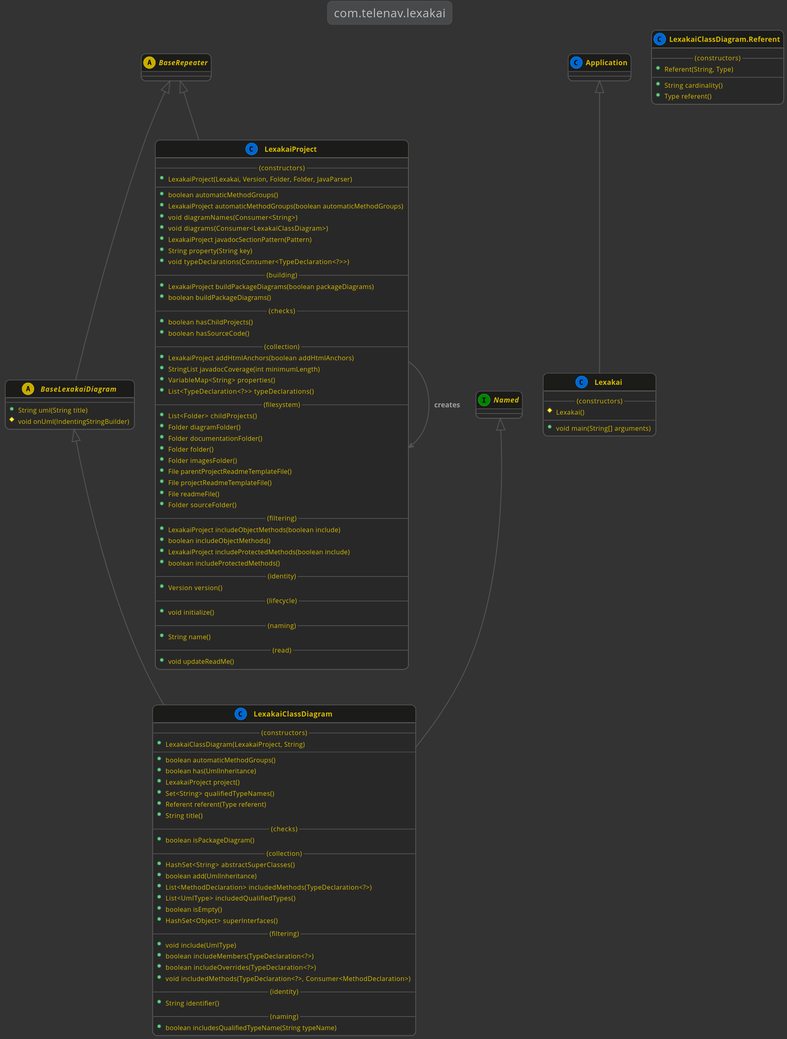
Earlier version of the PlantUML export documentation/diagrams/com.telenav.lexakai.svg (Telenav/lexakai).
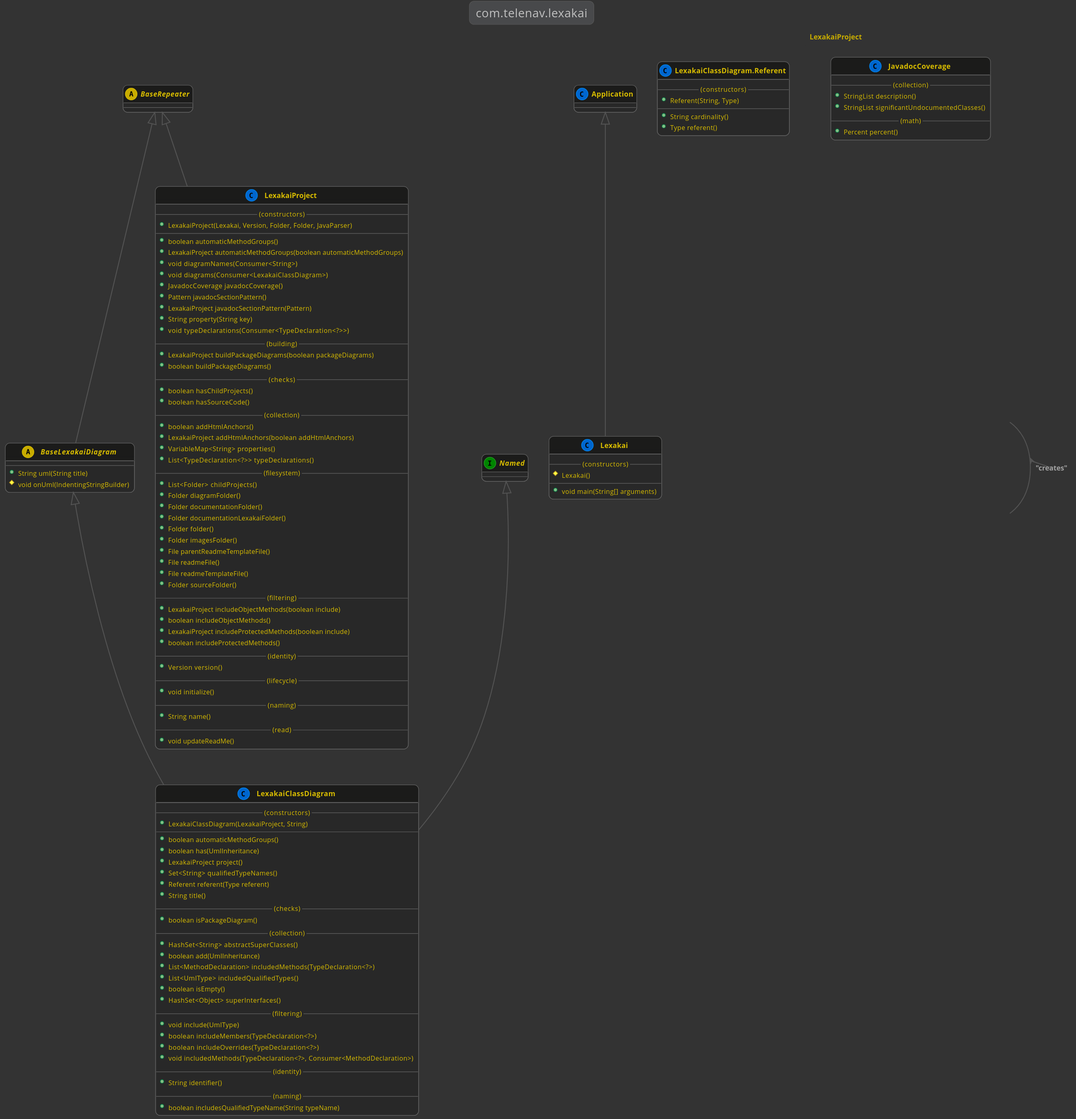
Above is the later version.

What changed in the source:
```diff
@@ -1,6 +1,6 @@
 @startuml
 
-    !include ../lexakai.theme
+    !include ../lexakai/lexakai.theme
 
     title "com.telenav.lexakai"
 
@@ -15,6 +15,15 @@
         --
         +String uml(String title)
         #void onUml(IndentingStringBuilder)
+    }
+
+    class LexakaiProject.JavadocCoverage
+    {
+        --(collection)--
+        +StringList description()
+        +StringList significantUndocumentedClasses()
+        --(math)--
+        +Percent percent()
     }
 
     Application <|-- Lexakai
@@ -70,6 +79,8 @@
         +LexakaiProject automaticMethodGroups(boolean automaticMethodGroups)
         +void diagramNames(Consumer<String>)
         +void diagrams(Consumer<LexakaiClassDiagram>)
+        +JavadocCoverage javadocCoverage()
+        +Pattern javadocSectionPattern()
         +LexakaiProject javadocSectionPattern(Pattern)
         +String property(String key)
         +void typeDeclarations(Consumer<TypeDeclaration<?>>)
@@ -80,19 +91,20 @@
         +boolean hasChildProjects()
         +boolean hasSourceCode()
         --(collection)--
+        +boolean addHtmlAnchors()
         +LexakaiProject addHtmlAnchors(boolean addHtmlAnchors)
-        +StringList javadocCoverage(int minimumLength)
         +VariableMap<String> properties()
         +List<TypeDeclaration<?>> typeDeclarations()
         --(filesystem)--
         +List<Folder> childProjects()
         +Folder diagramFolder()
         +Folder documentationFolder()
+        +Folder documentationLexakaiFolder()
         +Folder folder()
         +Folder imagesFolder()
-        +File parentProjectReadmeTemplateFile()
-        +File projectReadmeTemplateFile()
+        +File parentReadmeTemplateFile()
         +File readmeFile()
+        +File readmeTemplateFile()
         +Folder sourceFolder()
         --(filtering)--
         +LexakaiProject includeObjectMethods(boolean include)
```
